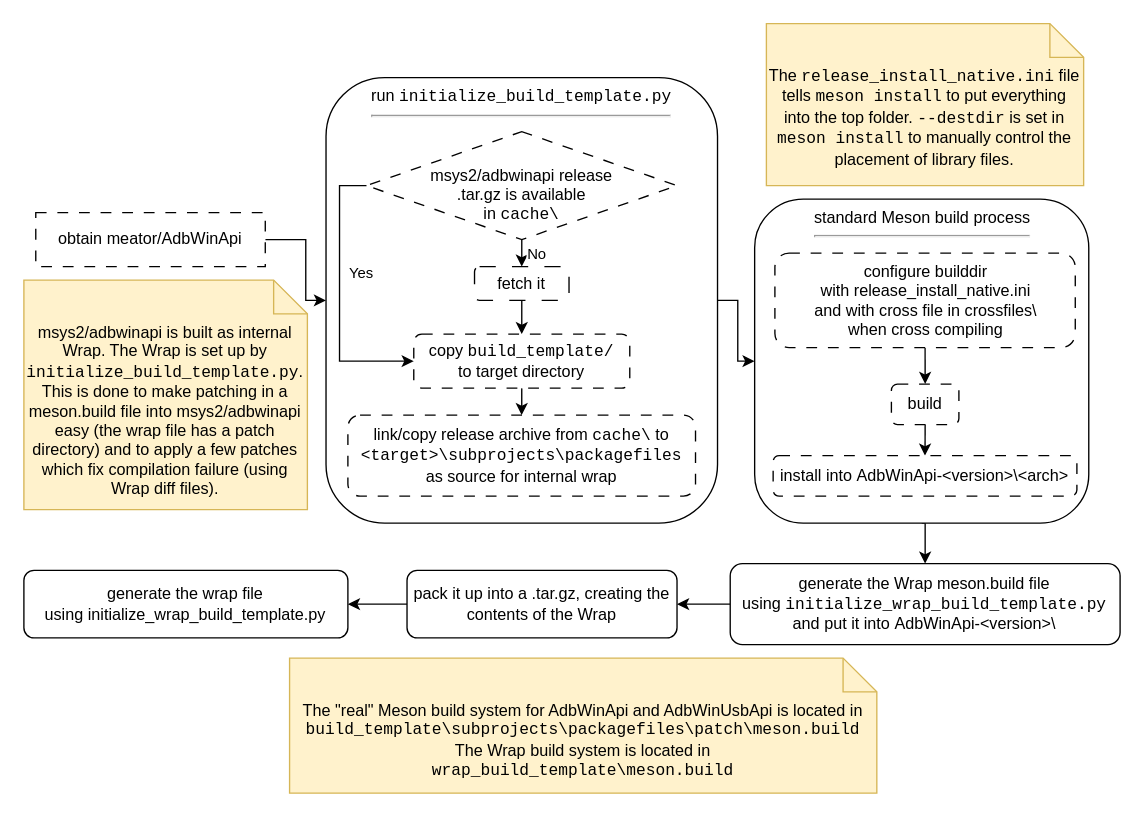
Before: etc/Build and deployment process.drawio in meator/AdbWinApi, a draw.io diagram. Source tidied: cells renumbered, new cells numbered last; positions are measured from the earlier drawing's top-left corner, leaving out a move shared by most shapes. Both pictures are drawn from the tidied source at 135%, with x=0, y=0 at pixel (23, 23).
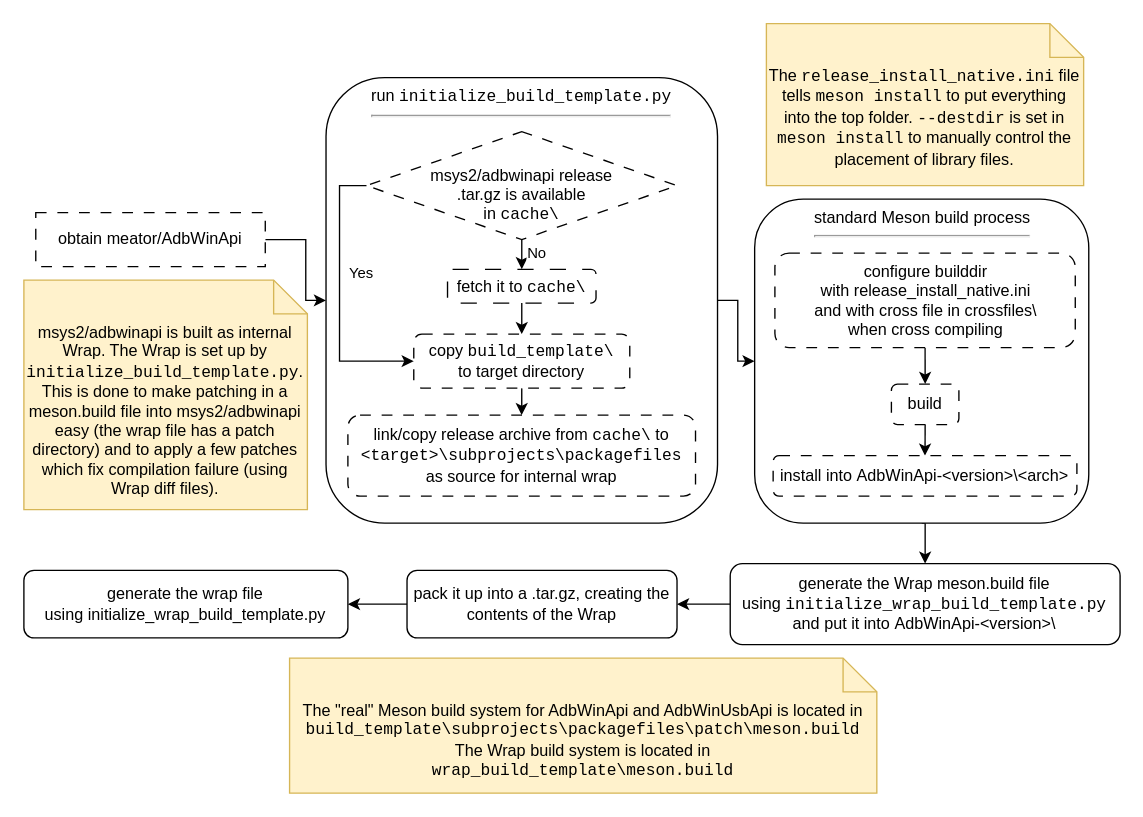
The same diagram, later.

The change refers to these unchanged cells:
```xml
<mxCell id="8" style="edgeStyle=orthogonalEdgeStyle;rounded=0;jettySize=auto;html=1;exitX=0.5;exitY=1;exitDx=0;exitDy=0;entryX=0.5;entryY=0;entryDx=0;entryDy=0;" parent="1" edge="1" source="12" target="14">
  <mxGeometry relative="1" as="geometry" />
</mxCell>
```

What changed in the source:
```diff
@@
-    <mxCell id="7" value="copy&amp;nbsp;&lt;code&gt;build_template/&lt;/code&gt;&lt;div&gt;to target directory&lt;/div&gt;" style="rounded=1;whiteSpace=wrap;html=1;dashed=1;dashPattern=8 8;" parent="1" vertex="1">
+    <mxCell id="7" value="copy&amp;nbsp;&lt;code&gt;build_template\&lt;/code&gt;&lt;div&gt;to target directory&lt;/div&gt;" style="rounded=1;whiteSpace=wrap;html=1;dashed=1;dashPattern=8 8;" parent="1" vertex="1">
       <mxGeometry x="289" y="230" width="160" height="40" as="geometry" />
     </mxCell>
@@
     <mxCell id="9" value="No" style="edgeLabel;html=1;align=center;verticalAlign=middle;" parent="8" vertex="1">
       <mxGeometry x="0.07" relative="1" as="geometry">
-        <mxPoint x="10" y="-1" as="offset" />
+        <mxPoint x="10" y="-3" as="offset" />
       </mxGeometry>
     </mxCell>
@@
-    <mxCell id="14" value="fetch it" style="rounded=1;whiteSpace=wrap;html=1;dashed=1;dashPattern=12 12;" parent="1" vertex="1">
-      <mxGeometry x="334" y="180" width="70" height="25" as="geometry" />
+    <mxCell id="14" value="fetch it to &lt;code&gt;cache\&lt;/code&gt;" style="rounded=1;whiteSpace=wrap;html=1;dashed=1;dashPattern=12 12;" parent="1" vertex="1">
+      <mxGeometry x="314" y="182" width="110" height="25" as="geometry" />
     </mxCell>
```
